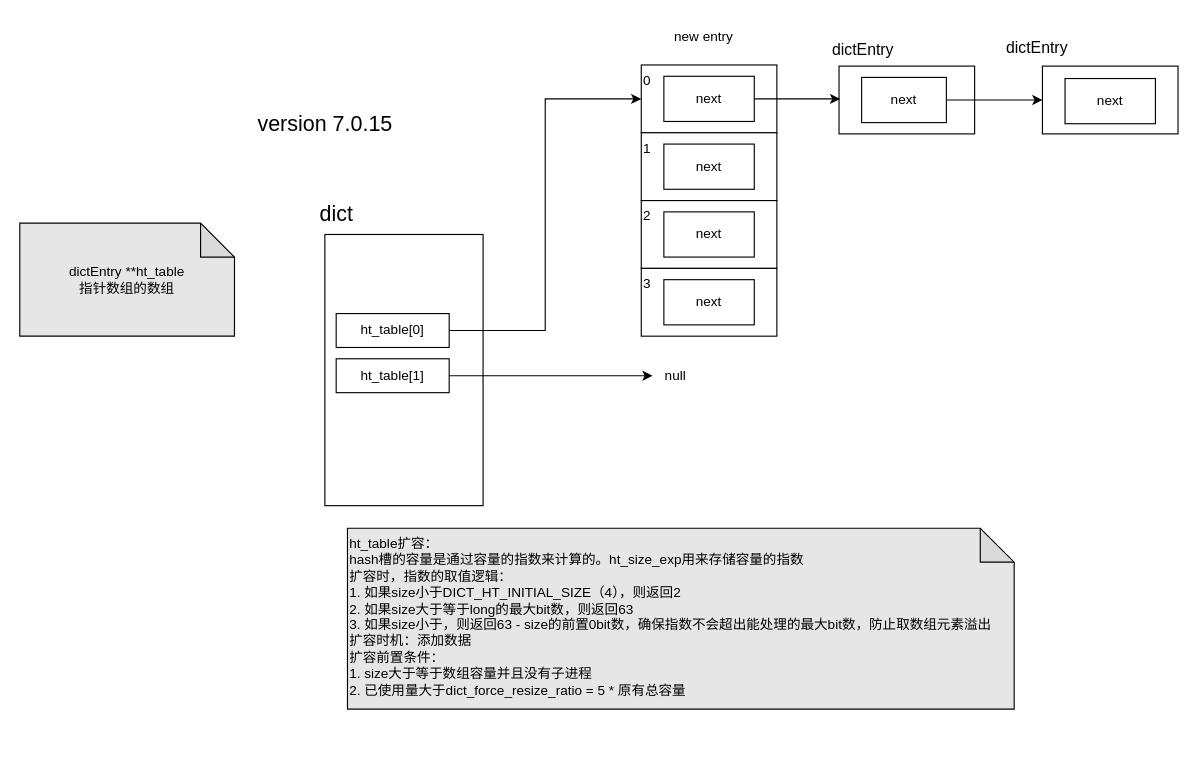
Before: redis.drawio in hlcgithub/draw, a draw.io diagram. Source tidied: cells renumbered, new cells numbered last; positions are measured from the earlier drawing's top-left corner, leaving out a move shared by most shapes. Both pictures are drawn from the tidied source at 113%, with x=0, y=0 at pixel (19, 19).
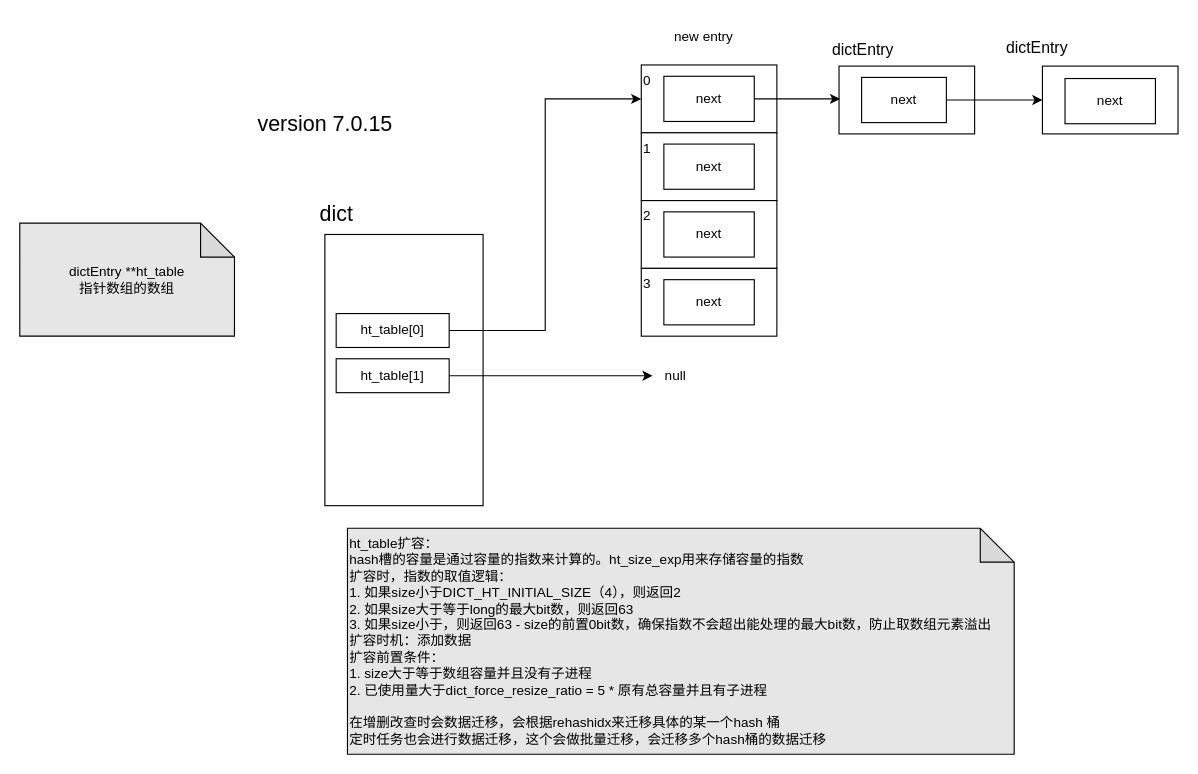
The same diagram, later.

The edit, as a diff of the source:
```diff
@@
-    <mxCell id="22" value="ht_table扩容：&lt;div&gt;hash槽的容量是通过容量的指数来计算的。ht_size_exp用来存储容量的指数&lt;/div&gt;&lt;div&gt;扩容时，指数的取值逻辑：&lt;br&gt;&lt;div&gt;1. 如果size小于DICT_HT_INITIAL_SIZE（4），则返回2&lt;/div&gt;&lt;/div&gt;&lt;div&gt;2. 如果size大于等于long的最大bit数，则返回63&lt;/div&gt;&lt;div&gt;3. 如果size小于，则返回63 - size的前置0bit数，确保指数不会超出能处理的最大bit数，防止取数组元素溢出&lt;/div&gt;&lt;div&gt;扩容时机：添加数据&lt;/div&gt;&lt;div&gt;扩容前置条件：&lt;/div&gt;&lt;div&gt;1. size大于等于数组容量并且没有子进程&lt;/div&gt;&lt;div&gt;2. 已使用量大于dict_force_resize_ratio = 5 * 原有总容量&lt;/div&gt;" style="shape=note;whiteSpace=wrap;html=1;backgroundOutline=1;darkOpacity=0.05;fillColor=#E6E6E6;align=left;verticalAlign=top;" parent="1" vertex="1">
-      <mxGeometry x="290" y="450" width="590" height="160" as="geometry" />
+    <mxCell id="22" value="ht_table扩容：&lt;div&gt;hash槽的容量是通过容量的指数来计算的。ht_size_exp用来存储容量的指数&lt;/div&gt;&lt;div&gt;扩容时，指数的取值逻辑：&lt;br&gt;&lt;div&gt;1. 如果size小于DICT_HT_INITIAL_SIZE（4），则返回2&lt;/div&gt;&lt;/div&gt;&lt;div&gt;2. 如果size大于等于long的最大bit数，则返回63&lt;/div&gt;&lt;div&gt;3. 如果size小于，则返回63 - size的前置0bit数，确保指数不会超出能处理的最大bit数，防止取数组元素溢出&lt;/div&gt;&lt;div&gt;扩容时机：添加数据&lt;/div&gt;&lt;div&gt;扩容前置条件：&lt;/div&gt;&lt;div&gt;1. size大于等于数组容量并且没有子进程&lt;/div&gt;&lt;div&gt;2. 已使用量大于dict_force_resize_ratio = 5 * 原有总容量并且有子进程&lt;/div&gt;&lt;div&gt;&lt;br&gt;&lt;/div&gt;&lt;div&gt;在增删改查时会数据迁移，会根据rehashidx来迁移具体的某一个hash 桶&lt;/div&gt;&lt;div&gt;定时任务也会进行数据迁移，这个会做批量迁移，会迁移多个hash桶的数据迁移&lt;/div&gt;" style="shape=note;whiteSpace=wrap;html=1;backgroundOutline=1;darkOpacity=0.05;fillColor=#E6E6E6;align=left;verticalAlign=top;" parent="1" vertex="1">
+      <mxGeometry x="290" y="450" width="590" height="200" as="geometry" />
     </mxCell>
```
